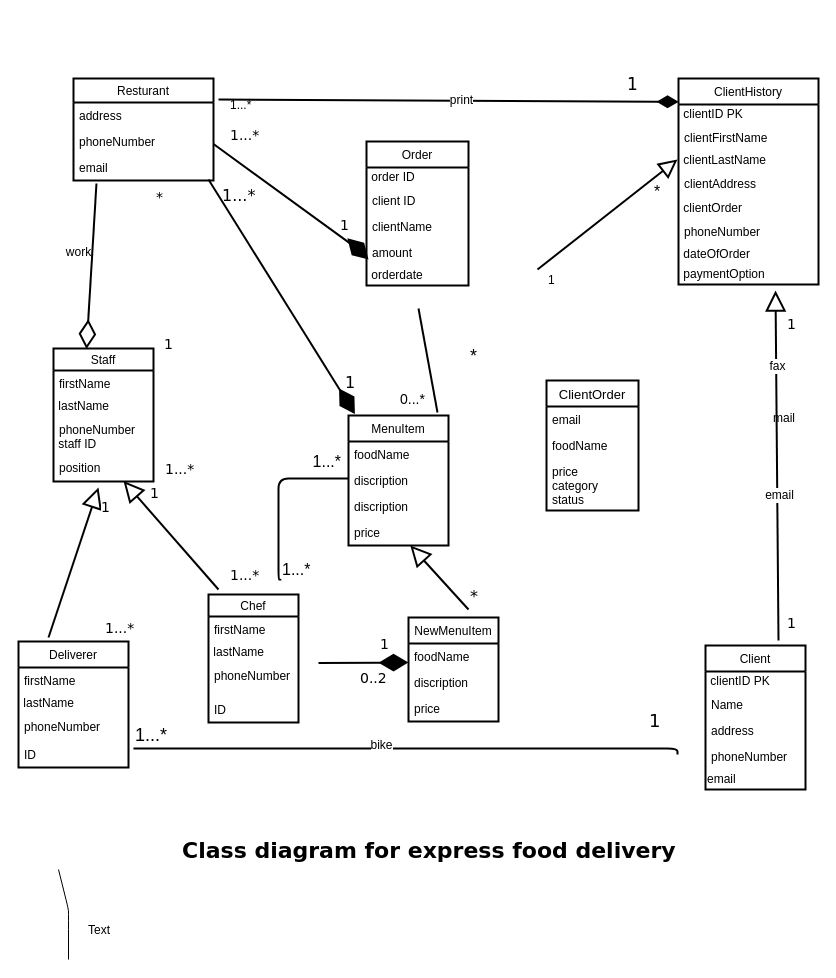
This is Class Diagram For Express food delivery resturant.drawio from wallaceNdi/OC-PRO, a draw.io file, before an edit. Source tidied: cells renumbered, new cells numbered last; positions are measured from the earlier drawing's top-left corner, leaving out a move shared by most shapes. Both pictures are drawn from the tidied source at 100%, with x=0, y=0 at pixel (18, 67).
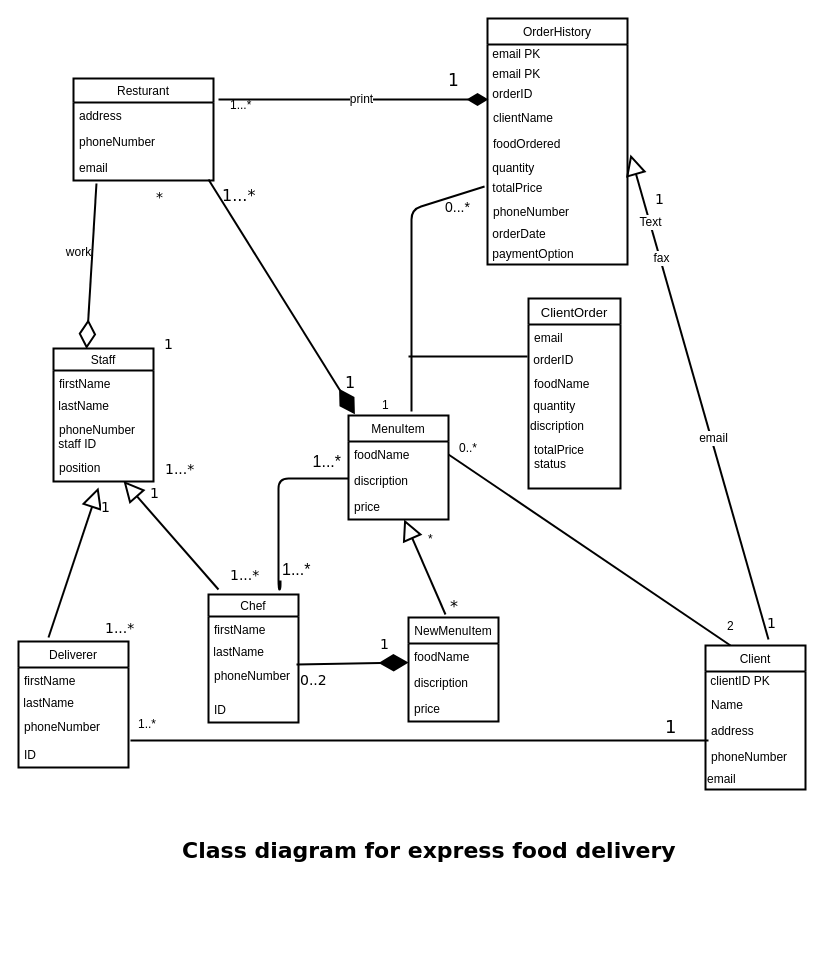
The same page after the edit.

The change refers to these unchanged cells:
```xml
<mxCell id="16" value="ID" style="text;strokeColor=none;fillColor=none;align=left;verticalAlign=top;spacingLeft=4;spacingRight=4;overflow=hidden;points=[[0,0.5],[1,0.5]];portConstraint=eastwest;" parent="12" vertex="1">
  <mxGeometry y="100" width="110" height="26" as="geometry" />
</mxCell>
<mxCell id="20" value="phoneNumber" style="text;strokeColor=none;fillColor=none;align=left;verticalAlign=top;spacingLeft=4;spacingRight=4;overflow=hidden;points=[[0,0.5],[1,0.5]];portConstraint=eastwest;" parent="17" vertex="1">
  <mxGeometry y="68" width="90" height="34" as="geometry" />
</mxCell>
<mxCell id="22" value="NewMenuItem" style="swimlane;fontStyle=0;horizontal=1;startSize=26;fillColor=none;strokeWidth=2;" parent="1" vertex="1">
  <mxGeometry x="390" y="550" width="90" height="104" as="geometry" />
</mxCell>
<mxCell id="26" value="Client" style="swimlane;fontStyle=0;horizontal=1;startSize=26;fillColor=none;strokeWidth=2;" parent="1" vertex="1">
  <mxGeometry x="687" y="578" width="100" height="144" as="geometry" />
</mxCell>
<mxCell id="30" value="phoneNumber" style="text;strokeColor=none;fillColor=none;align=left;verticalAlign=top;spacingLeft=4;spacingRight=4;overflow=hidden;points=[[0,0.5],[1,0.5]];portConstraint=eastwest;" parent="26" vertex="1">
  <mxGeometry y="98" width="100" height="26" as="geometry" />
</mxCell>
<mxCell id="33" value="foodName" style="text;strokeColor=none;fillColor=none;align=left;verticalAlign=top;spacingLeft=4;spacingRight=4;overflow=hidden;points=[[0,0.5],[1,0.5]];portConstraint=eastwest;" parent="32" vertex="1">
  <mxGeometry y="26" width="100" height="26" as="geometry" />
</mxCell>
<mxCell id="83" value="1...*" style="text;html=1;points=[];align=left;verticalAlign=top;spacingTop=-4;fontSize=14;fontFamily=Verdana;" parent="1" vertex="1">
  <mxGeometry x="210" y="497" width="50" height="20" as="geometry" />
</mxCell>
```

What changed in the source:
```diff
@@
     <mxCell id="32" value="MenuItem" style="swimlane;fontStyle=0;horizontal=1;startSize=26;fillColor=none;strokeWidth=2;" parent="1" vertex="1">
-      <mxGeometry x="330" y="348" width="100" height="130" as="geometry" />
+      <mxGeometry x="330" y="348" width="100" height="104" as="geometry" />
     </mxCell>
@@
-    <mxCell id="34" value="discription" style="text;strokeColor=none;fillColor=none;align=left;verticalAlign=top;spacingLeft=4;spacingRight=4;overflow=hidden;" parent="32" vertex="1">
-      <mxGeometry y="52" width="100" height="26" as="geometry" />
-    </mxCell>
     <mxCell id="35" value="discription" style="text;strokeColor=none;fillColor=none;align=left;verticalAlign=top;spacingLeft=4;spacingRight=4;overflow=hidden;" parent="32" vertex="1">
-      <mxGeometry y="78" width="100" height="26" as="geometry" />
+      <mxGeometry y="52" width="100" height="26" as="geometry" />
     </mxCell>
     <mxCell id="36" value="price" style="text;strokeColor=none;fillColor=none;align=left;verticalAlign=top;spacingLeft=4;spacingRight=4;overflow=hidden;points=[[0,0.5],[1,0.5]];portConstraint=eastwest;" parent="32" vertex="1">
-      <mxGeometry y="104" width="100" height="26" as="geometry" />
+      <mxGeometry y="78" width="100" height="26" as="geometry" />
     </mxCell>
-    <mxCell id="37" value="Order" style="swimlane;fontStyle=0;horizontal=1;startSize=26;fillColor=none;strokeWidth=2;" parent="1" vertex="1">
-      <mxGeometry x="348" y="74" width="102" height="144" as="geometry" />
-    </mxCell>
-    <mxCell id="38" value="&amp;nbsp;order ID" style="text;html=1;align=left;verticalAlign=top;spacingTop=-4;" parent="37" vertex="1">
-      <mxGeometry y="26" width="102" height="20" as="geometry" />
-    </mxCell>
-    <mxCell id="39" value="client ID" style="text;strokeColor=none;fillColor=none;align=left;verticalAlign=top;spacingLeft=4;spacingRight=4;overflow=hidden;" parent="37" vertex="1">
-      <mxGeometry y="46" width="102" height="26" as="geometry" />
-    </mxCell>
-    <mxCell id="40" value="clientName" style="text;strokeColor=none;fillColor=none;align=left;verticalAlign=top;spacingLeft=4;spacingRight=4;overflow=hidden;" parent="37" vertex="1">
-      <mxGeometry y="72" width="102" height="26" as="geometry" />
-    </mxCell>
-    <mxCell id="41" value="amount" style="text;strokeColor=none;fillColor=none;align=left;verticalAlign=top;spacingLeft=4;spacingRight=4;overflow=hidden;" parent="37" vertex="1">
-      <mxGeometry y="98" width="102" height="26" as="geometry" />
-    </mxCell>
-    <mxCell id="42" value="&amp;nbsp;orderdate" style="text;html=1;align=left;verticalAlign=top;spacingTop=-4;" parent="37" vertex="1">
-      <mxGeometry y="124" width="102" height="20" as="geometry" />
-    </mxCell>
-    <mxCell id="43" value="ClientHistory" style="swimlane;fontStyle=0;horizontal=1;startSize=26;fillColor=none;strokeWidth=2;" parent="1" vertex="1">
-      <mxGeometry x="660" y="11" width="140" height="206" as="geometry" />
+    <mxCell id="43" value="OrderHistory" style="swimlane;fontStyle=0;horizontal=1;startSize=26;fillColor=none;strokeWidth=2;" parent="1" vertex="1">
+      <mxGeometry x="469" y="-49" width="140" height="246" as="geometry" />
     </mxCell>
+    <mxCell id="105" value="&amp;nbsp;email PK" style="text;html=1;align=left;verticalAlign=top;spacingTop=-4;" parent="43" vertex="1">
+      <mxGeometry y="26" width="140" height="20" as="geometry" />
+    </mxCell>
-    <mxCell id="44" value="&amp;nbsp;clientID PK" style="text;html=1;align=left;verticalAlign=top;spacingTop=-4;" parent="43" vertex="1">
-      <mxGeometry y="26" width="140" height="20" as="geometry" />
+    <mxCell id="44" value="&amp;nbsp;email PK" style="text;html=1;align=left;verticalAlign=top;spacingTop=-4;" parent="43" vertex="1">
+      <mxGeometry y="46" width="140" height="20" as="geometry" />
     </mxCell>
+    <mxCell id="48" value="&amp;nbsp;orderID" style="text;html=1;align=left;verticalAlign=top;spacingTop=-4;" parent="43" vertex="1">
+      <mxGeometry y="66" width="140" height="20" as="geometry" />
+    </mxCell>
-    <mxCell id="45" value="clientFirstName" style="text;strokeColor=none;fillColor=none;align=left;verticalAlign=top;spacingLeft=4;spacingRight=4;overflow=hidden;" parent="43" vertex="1">
-      <mxGeometry y="46" width="140" height="26" as="geometry" />
+    <mxCell id="45" value="clientName" style="text;strokeColor=none;fillColor=none;align=left;verticalAlign=top;spacingLeft=4;spacingRight=4;overflow=hidden;" parent="43" vertex="1">
+      <mxGeometry y="86" width="140" height="26" as="geometry" />
     </mxCell>
-    <mxCell id="46" value="&amp;nbsp;clientLastName" style="text;html=1;align=left;verticalAlign=top;spacingTop=-4;" parent="43" vertex="1">
-      <mxGeometry y="72" width="140" height="20" as="geometry" />
-    </mxCell>
-    <mxCell id="47" value="clientAddress" style="text;strokeColor=none;fillColor=none;align=left;verticalAlign=top;spacingLeft=4;spacingRight=4;overflow=hidden;" parent="43" vertex="1">
-      <mxGeometry y="92" width="140" height="28" as="geometry" />
+    <mxCell id="47" value="foodOrdered" style="text;strokeColor=none;fillColor=none;align=left;verticalAlign=top;spacingLeft=4;spacingRight=4;overflow=hidden;" parent="43" vertex="1">
+      <mxGeometry y="112" width="140" height="28" as="geometry" />
     </mxCell>
-    <mxCell id="48" value="&amp;nbsp;clientOrder" style="text;html=1;align=left;verticalAlign=top;spacingTop=-4;" parent="43" vertex="1">
-      <mxGeometry y="120" width="140" height="20" as="geometry" />
-    </mxCell>
+    <mxCell id="106" value="&amp;nbsp;quantity" style="text;html=1;points=[];align=left;verticalAlign=top;spacingTop=-4;" parent="43" vertex="1">
+      <mxGeometry y="140" width="140" height="20" as="geometry" />
+    </mxCell>
+    <mxCell id="107" value="&amp;nbsp;totalPrice" style="text;html=1;points=[];align=left;verticalAlign=top;spacingTop=-4;" parent="43" vertex="1">
+      <mxGeometry y="160" width="140" height="20" as="geometry" />
+    </mxCell>
     <mxCell id="49" value="phoneNumber" style="text;strokeColor=none;fillColor=none;align=left;verticalAlign=top;spacingLeft=4;spacingRight=4;overflow=hidden;" parent="43" vertex="1">
-      <mxGeometry y="140" width="140" height="26" as="geometry" />
+      <mxGeometry y="180" width="140" height="26" as="geometry" />
     </mxCell>
-    <mxCell id="50" value="&amp;nbsp;dateOfOrder" style="text;html=1;align=left;verticalAlign=top;spacingTop=-4;" parent="43" vertex="1">
-      <mxGeometry y="166" width="140" height="20" as="geometry" />
+    <mxCell id="50" value="&amp;nbsp;orderDate" style="text;html=1;align=left;verticalAlign=top;spacingTop=-4;" parent="43" vertex="1">
+      <mxGeometry y="206" width="140" height="20" as="geometry" />
     </mxCell>
     <mxCell id="51" value="&amp;nbsp;paymentOption" style="text;html=1;points=[];align=left;verticalAlign=top;spacingTop=-4;" parent="43" vertex="1">
-      <mxGeometry y="186" width="140" height="20" as="geometry" />
+      <mxGeometry y="226" width="140" height="20" as="geometry" />
     </mxCell>
-    <mxCell id="52" style="endArrow=none;html=1;edgeStyle=orthogonalEdgeStyle;exitX=1.045;exitY=0.269;exitDx=0;exitDy=0;exitPerimeter=0;strokeWidth=2;" parent="1" edge="1" source="16">
-      <mxGeometry relative="1" as="geometry">
-        <mxPoint x="659" y="687" as="targetPoint" />
-        <Array as="points">
-          <mxPoint x="659" y="681" />
-        </Array>
-      </mxGeometry>
-    </mxCell>
-    <mxCell id="53" value="&lt;font style=&quot;font-size: 18px&quot;&gt;1...*&lt;/font&gt;" style="html=1;align=left;verticalAlign=bottom;labelBackgroundColor=#ffffff;fontSize=10;" parent="52" vertex="1">
-      <mxGeometry x="-1" relative="1" as="geometry" />
-    </mxCell>
-    <mxCell id="54" style="html=1;align=right;verticalAlign=bottom;labelBackgroundColor=#ffffff;fontSize=10;" parent="52" vertex="1">
-      <mxGeometry x="1" relative="1" as="geometry" />
-    </mxCell>
-    <mxCell id="55" value="bike" style="text;html=1;align=center;verticalAlign=middle;labelBackgroundColor=#ffffff;" parent="52" vertex="1">
-      <mxGeometry x="-0.1" y="3" relative="1" as="geometry" />
-    </mxCell>
-    <mxCell id="56" style="endArrow=diamondThin;endFill=1;endSize=16;html=1;entryX=0;entryY=0.113;entryDx=0;entryDy=0;entryPerimeter=0;strokeWidth=2;" parent="1" edge="1" target="43">
+    <mxCell id="56" style="endArrow=diamondThin;endFill=1;endSize=16;html=1;strokeWidth=2;" parent="1" edge="1">
       <mxGeometry relative="1" as="geometry">
         <mxPoint x="200" y="32" as="sourcePoint" />
+        <mxPoint x="470" y="32" as="targetPoint" />
       </mxGeometry>
     </mxCell>
@@
-    <mxCell id="58" style="endArrow=diamondThin;endFill=1;endSize=24;html=1;strokeWidth=2;" parent="1" edge="1">
-      <mxGeometry relative="1" as="geometry">
-        <mxPoint x="195" y="76.5" as="sourcePoint" />
-        <mxPoint x="350" y="192" as="targetPoint" />
-        <Array as="points">
-          <mxPoint x="340" y="182" />
-        </Array>
-      </mxGeometry>
-    </mxCell>
@@
-    <mxCell id="60" style="endArrow=block;endSize=16;endFill=0;html=1;strokeWidth=2;" parent="1" edge="1" target="36">
-      <mxGeometry x="0.2" relative="1" as="geometry">
-        <mxPoint x="450" y="542" as="sourcePoint" />
-      </mxGeometry>
+    <mxCell id="60" style="endArrow=block;endSize=16;endFill=0;html=1;strokeWidth=2;exitX=0.411;exitY=-0.029;exitDx=0;exitDy=0;exitPerimeter=0;" parent="1" edge="1" source="22" target="36">
+      <mxGeometry x="0.2" relative="1" as="geometry" />
     </mxCell>
@@
-    <mxCell id="65" style="endArrow=diamondThin;endFill=1;endSize=24;html=1;strokeWidth=2;" parent="1" edge="1">
+    <mxCell id="65" style="endArrow=diamondThin;endFill=1;endSize=24;html=1;strokeWidth=2;exitX=0.978;exitY=0.059;exitDx=0;exitDy=0;exitPerimeter=0;" parent="1" edge="1" source="20">
       <mxGeometry relative="1" as="geometry">
-        <mxPoint x="300" y="595.5" as="sourcePoint" />
         <mxPoint x="390" y="595" as="targetPoint" />
       </mxGeometry>
     </mxCell>
@@
     <mxCell id="68" style="endArrow=none;html=1;edgeStyle=orthogonalEdgeStyle;strokeWidth=2;exitX=1.04;exitY=0.8;exitDx=0;exitDy=0;exitPerimeter=0;" parent="1" edge="1" source="83">
       <mxGeometry relative="1" as="geometry">
         <mxPoint x="330" y="411" as="targetPoint" />
         <Array as="points">
-          <mxPoint x="262" y="512" />
-          <mxPoint x="260" y="512" />
+          <mxPoint x="262" y="522" />
+          <mxPoint x="260" y="522" />
           <mxPoint x="260" y="411" />
         </Array>
       </mxGeometry>
     </mxCell>
@@
-    <mxCell id="71" style="endArrow=block;endSize=16;endFill=0;html=1;strokeWidth=2;entryX=0.693;entryY=1.3;entryDx=0;entryDy=0;entryPerimeter=0;" parent="1" edge="1" target="51">
+    <mxCell id="71" style="endArrow=block;endSize=16;endFill=0;html=1;strokeWidth=2;entryX=1.021;entryY=-0.2;entryDx=0;entryDy=0;entryPerimeter=0;" parent="1" edge="1" target="106">
       <mxGeometry x="-0.02" y="-21" relative="1" as="geometry">
-        <mxPoint x="760" y="573" as="sourcePoint" />
+        <mxPoint x="750" y="572" as="sourcePoint" />
       </mxGeometry>
     </mxCell>
@@
+    <mxCell id="99" value="Text" style="text;html=1;align=center;verticalAlign=middle;labelBackgroundColor=#ffffff;" parent="71" vertex="1">
+      <mxGeometry x="0.72" relative="1" as="geometry" />
+    </mxCell>
@@
     <mxCell id="76" value="&lt;font style=&quot;font-size: 17px&quot;&gt;1&lt;/font&gt;" style="text;html=1;align=left;verticalAlign=top;spacingTop=-4;fontSize=22;fontFamily=Verdana;" parent="1" vertex="1">
-      <mxGeometry x="607" width="30" height="30" as="geometry" />
+      <mxGeometry x="428" y="-4" width="30" height="30" as="geometry" />
     </mxCell>
-    <mxCell id="77" value="1...*" style="text;html=1;align=left;verticalAlign=top;spacingTop=-4;fontSize=14;fontFamily=Verdana;" parent="1" vertex="1">
-      <mxGeometry x="210" y="57" width="70" height="30" as="geometry" />
-    </mxCell>
-    <mxCell id="78" value="1" style="text;html=1;align=left;verticalAlign=top;spacingTop=-4;fontSize=14;fontFamily=Verdana;" parent="1" vertex="1">
-      <mxGeometry x="320" y="146.5" width="20" height="20" as="geometry" />
-    </mxCell>
@@
     <mxCell id="82" value="&lt;font style=&quot;font-size: 18px&quot;&gt;1&lt;/font&gt;" style="text;html=1;align=left;verticalAlign=top;spacingTop=-4;fontSize=14;fontFamily=Verdana;" parent="1" vertex="1">
-      <mxGeometry x="629" y="640" width="30" height="20" as="geometry" />
+      <mxGeometry x="645" y="646" width="30" height="20" as="geometry" />
     </mxCell>
@@
     <mxCell id="87" value="*" style="text;html=1;align=left;verticalAlign=top;spacingTop=-4;fontSize=16;fontFamily=Verdana;" parent="1" vertex="1">
-      <mxGeometry x="450" y="517" width="30" height="20" as="geometry" />
+      <mxGeometry x="430" y="527" width="30" height="20" as="geometry" />
     </mxCell>
     <mxCell id="88" value="0..2" style="text;html=1;align=left;verticalAlign=top;spacingTop=-4;fontSize=14;fontFamily=Verdana;" parent="1" vertex="1">
-      <mxGeometry x="340" y="600" width="50" height="20" as="geometry" />
+      <mxGeometry x="280" y="602" width="50" height="20" as="geometry" />
     </mxCell>
@@
     <mxCell id="90" value="1" style="text;html=1;align=left;verticalAlign=top;spacingTop=-4;fontSize=14;fontFamily=Verdana;" parent="1" vertex="1">
-      <mxGeometry x="767" y="545" width="20" height="20" as="geometry" />
+      <mxGeometry x="747" y="545" width="20" height="20" as="geometry" />
     </mxCell>
     <mxCell id="91" value="1" style="text;html=1;align=left;verticalAlign=top;spacingTop=-4;fontSize=14;fontFamily=Verdana;" parent="1" vertex="1">
-      <mxGeometry x="767" y="246" width="20" height="20" as="geometry" />
+      <mxGeometry x="635" y="121" width="20" height="20" as="geometry" />
     </mxCell>
-    <mxCell id="92" value="&lt;font style=&quot;font-size: 18px&quot;&gt;*&lt;/font&gt;" style="text;html=1;align=left;verticalAlign=top;spacingTop=-4;" parent="1" vertex="1">
-      <mxGeometry x="450" y="276" width="20" height="20" as="geometry" />
-    </mxCell>
     <mxCell id="93" value="&lt;font style=&quot;font-size: 14px&quot;&gt;0...*&lt;/font&gt;" style="text;html=1;points=[];align=left;verticalAlign=top;spacingTop=-4;" parent="1" vertex="1">
-      <mxGeometry x="380" y="321" width="40" height="20" as="geometry" />
+      <mxGeometry x="425" y="129" width="40" height="20" as="geometry" />
     </mxCell>
-    <mxCell id="94" style="endArrow=block;endSize=14;endFill=0;html=1;startSize=14;jumpSize=15;targetPerimeterSpacing=0;strokeWidth=2;" parent="1" edge="1">
-      <mxGeometry relative="1" as="geometry">
-        <mxPoint x="519" y="202" as="sourcePoint" />
-        <mxPoint x="659" y="92" as="targetPoint" />
-      </mxGeometry>
-    </mxCell>
-    <mxCell id="95" value="&lt;font style=&quot;font-size: 16px&quot;&gt;*&lt;/font&gt;" style="text;html=1;align=left;verticalAlign=top;spacingTop=-4;" parent="1" vertex="1">
-      <mxGeometry x="634" y="112" width="20" height="20" as="geometry" />
-    </mxCell>
-    <mxCell id="96" value="1" style="text;html=1;align=left;verticalAlign=top;spacingTop=-4;" parent="1" vertex="1">
-      <mxGeometry x="528" y="203" width="20" height="20" as="geometry" />
-    </mxCell>
-    <mxCell id="97" value="mail&amp;nbsp;" style="text;html=1;align=left;verticalAlign=top;spacingTop=-4;" parent="1" vertex="1">
-      <mxGeometry x="753" y="341" width="40" height="20" as="geometry" />
-    </mxCell>
-    <mxCell id="98" style="endArrow=none;html=1;" parent="1" edge="1">
-      <mxGeometry relative="1" as="geometry">
-        <mxPoint x="50" y="892" as="sourcePoint" />
-        <mxPoint x="40" y="802" as="targetPoint" />
-        <Array as="points">
-          <mxPoint x="50" y="852" />
-          <mxPoint x="50" y="842" />
-        </Array>
-      </mxGeometry>
-    </mxCell>
-    <mxCell id="99" value="Text" style="text;html=1;align=left;verticalAlign=top;spacingTop=-4;" parent="1" vertex="1">
-      <mxGeometry x="68" y="853" width="40" height="20" as="geometry" />
-    </mxCell>
-    <mxCell id="100" style="endArrow=none;html=1;entryX=0.507;entryY=1.15;entryDx=0;entryDy=0;entryPerimeter=0;exitX=0.975;exitY=1.2;exitDx=0;exitDy=0;exitPerimeter=0;strokeWidth=2;" parent="1" edge="1" source="93">
-      <mxGeometry relative="1" as="geometry">
-        <mxPoint x="400" y="241" as="targetPoint" />
-      </mxGeometry>
-    </mxCell>
     <mxCell id="101" value="ClientOrder" style="swimlane;fontStyle=0;horizontal=1;startSize=26;fillColor=none;fontSize=13;strokeWidth=2;" parent="1" vertex="1">
-      <mxGeometry x="528" y="313" width="92" height="130" as="geometry" />
+      <mxGeometry x="510" y="231" width="92" height="190" as="geometry" />
     </mxCell>
@@
+    <mxCell id="108" value="&amp;nbsp;orderID" style="text;html=1;points=[];align=left;verticalAlign=top;spacingTop=-4;" parent="101" vertex="1">
+      <mxGeometry y="52" width="92" height="20" as="geometry" />
+    </mxCell>
     <mxCell id="103" value="foodName" style="text;strokeColor=none;fillColor=none;align=left;verticalAlign=top;spacingLeft=4;spacingRight=4;overflow=hidden;" parent="101" vertex="1">
-      <mxGeometry y="52" width="92" height="26" as="geometry" />
+      <mxGeometry y="72" width="92" height="26" as="geometry" />
     </mxCell>
+    <mxCell id="109" value="&amp;nbsp;quantity" style="text;html=1;align=left;verticalAlign=top;spacingTop=-4;" parent="101" vertex="1">
+      <mxGeometry y="98" width="92" height="20" as="geometry" />
+    </mxCell>
+    <mxCell id="34" value="discription" style="text;html=1;align=left;verticalAlign=top;spacingTop=-4;" parent="101" vertex="1">
+      <mxGeometry y="118" width="92" height="20" as="geometry" />
+    </mxCell>
-    <mxCell id="104" value="price&#10;category&#10;status&#10;" style="text;strokeColor=none;fillColor=none;align=left;verticalAlign=top;spacingLeft=4;spacingRight=4;overflow=hidden;" parent="101" vertex="1">
-      <mxGeometry y="78" width="92" height="52" as="geometry" />
+    <mxCell id="104" value="totalPrice&#10;status&#10;" style="text;strokeColor=none;fillColor=none;align=left;verticalAlign=top;spacingLeft=4;spacingRight=4;overflow=hidden;" parent="101" vertex="1">
+      <mxGeometry y="138" width="92" height="52" as="geometry" />
     </mxCell>
+    <mxCell id="110" style="endArrow=none;html=1;strokeWidth=2;exitX=0.63;exitY=-0.038;exitDx=0;exitDy=0;exitPerimeter=0;entryX=-0.021;entryY=0.4;entryDx=0;entryDy=0;entryPerimeter=0;" parent="1" edge="1" source="32" target="107">
+      <mxGeometry relative="1" as="geometry">
+        <Array as="points">
+          <mxPoint x="393" y="142" />
+        </Array>
+      </mxGeometry>
+    </mxCell>
+    <mxCell id="111" style="endArrow=none;html=1;entryX=-0.011;entryY=0.3;entryDx=0;entryDy=0;entryPerimeter=0;strokeWidth=2;" parent="1" edge="1" target="108">
+      <mxGeometry relative="1" as="geometry">
+        <mxPoint x="390" y="289" as="sourcePoint" />
+      </mxGeometry>
+    </mxCell>
+    <mxCell id="112" style="endArrow=none;html=1;strokeWidth=2;exitX=1;exitY=0.5;exitDx=0;exitDy=0;entryX=0.25;entryY=0;entryDx=0;entryDy=0;" parent="1" edge="1" source="33" target="26">
+      <mxGeometry relative="1" as="geometry" />
+    </mxCell>
+    <mxCell id="113" style="endArrow=none;html=1;strokeWidth=2;exitX=1.018;exitY=-0.038;exitDx=0;exitDy=0;exitPerimeter=0;entryX=0.03;entryY=-0.115;entryDx=0;entryDy=0;entryPerimeter=0;" parent="1" edge="1" source="16" target="30">
+      <mxGeometry relative="1" as="geometry" />
+    </mxCell>
+    <mxCell id="114" value="1..*" style="text;html=1;align=left;verticalAlign=top;spacingTop=-4;" parent="1" vertex="1">
+      <mxGeometry x="118" y="647" width="30" height="20" as="geometry" />
+    </mxCell>
+    <mxCell id="115" value="0..*" style="text;html=1;align=left;verticalAlign=top;spacingTop=-4;" parent="1" vertex="1">
+      <mxGeometry x="439" y="371" width="30" height="20" as="geometry" />
+    </mxCell>
+    <mxCell id="116" value="2" style="text;html=1;align=left;verticalAlign=top;spacingTop=-4;" parent="1" vertex="1">
+      <mxGeometry x="707" y="549" width="20" height="20" as="geometry" />
+    </mxCell>
+    <mxCell id="96" value="1" style="text;html=1;align=left;verticalAlign=top;spacingTop=-4;" parent="1" vertex="1">
+      <mxGeometry x="362" y="328" width="20" height="20" as="geometry" />
+    </mxCell>
+    <mxCell id="117" value="*" style="text;html=1;align=left;verticalAlign=top;spacingTop=-4;" parent="1" vertex="1">
+      <mxGeometry x="408" y="462" width="20" height="20" as="geometry" />
+    </mxCell>
```
